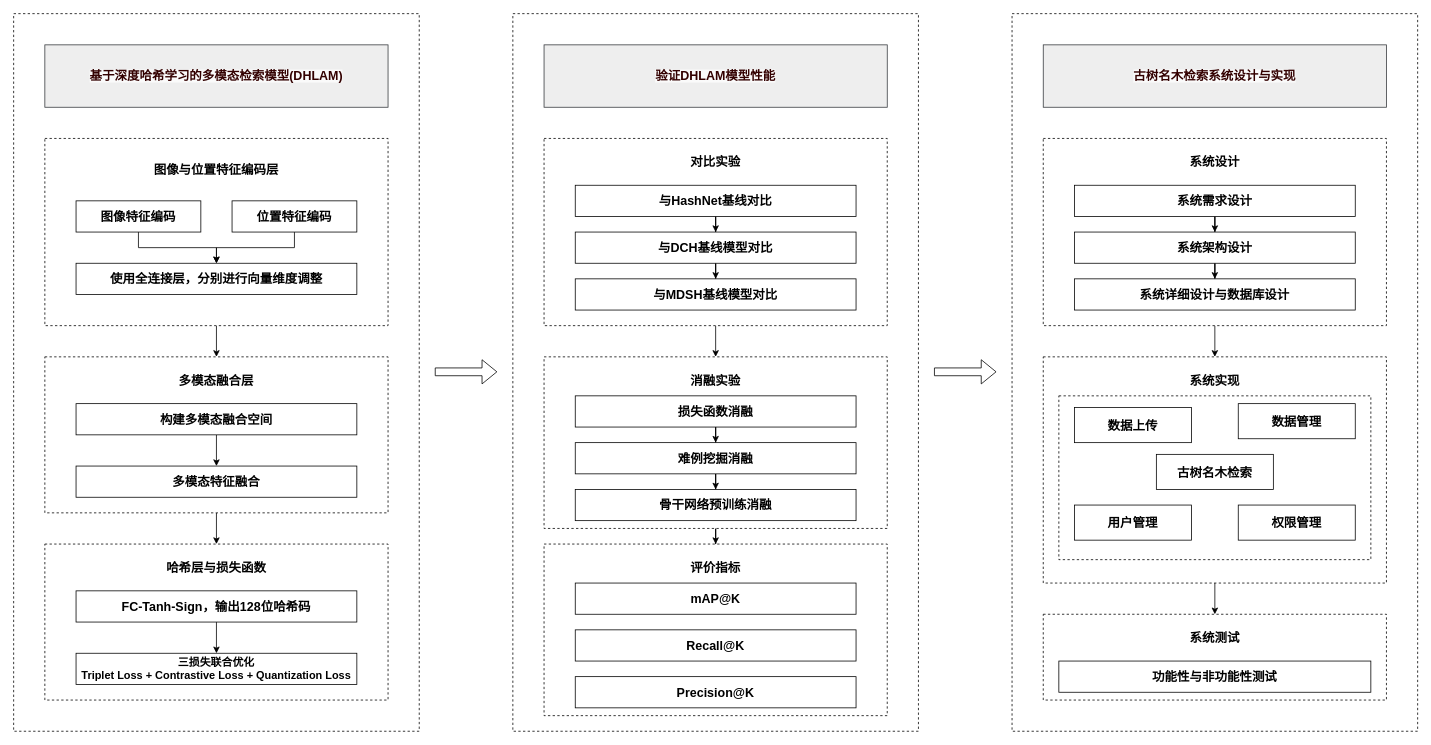
Above: page "1.1 技术路线图" (1 of 2) of word/第1章/第一章.drawio in ssl1995/imooc-wiki (draw.io), before the change. Source tidied: cells renumbered, new cells numbered last; positions are measured from the earlier drawing's top-left corner, leaving out a move shared by most shapes. Both pictures are drawn from the tidied source at 78%, with x=0, y=0 at pixel (13, 13).
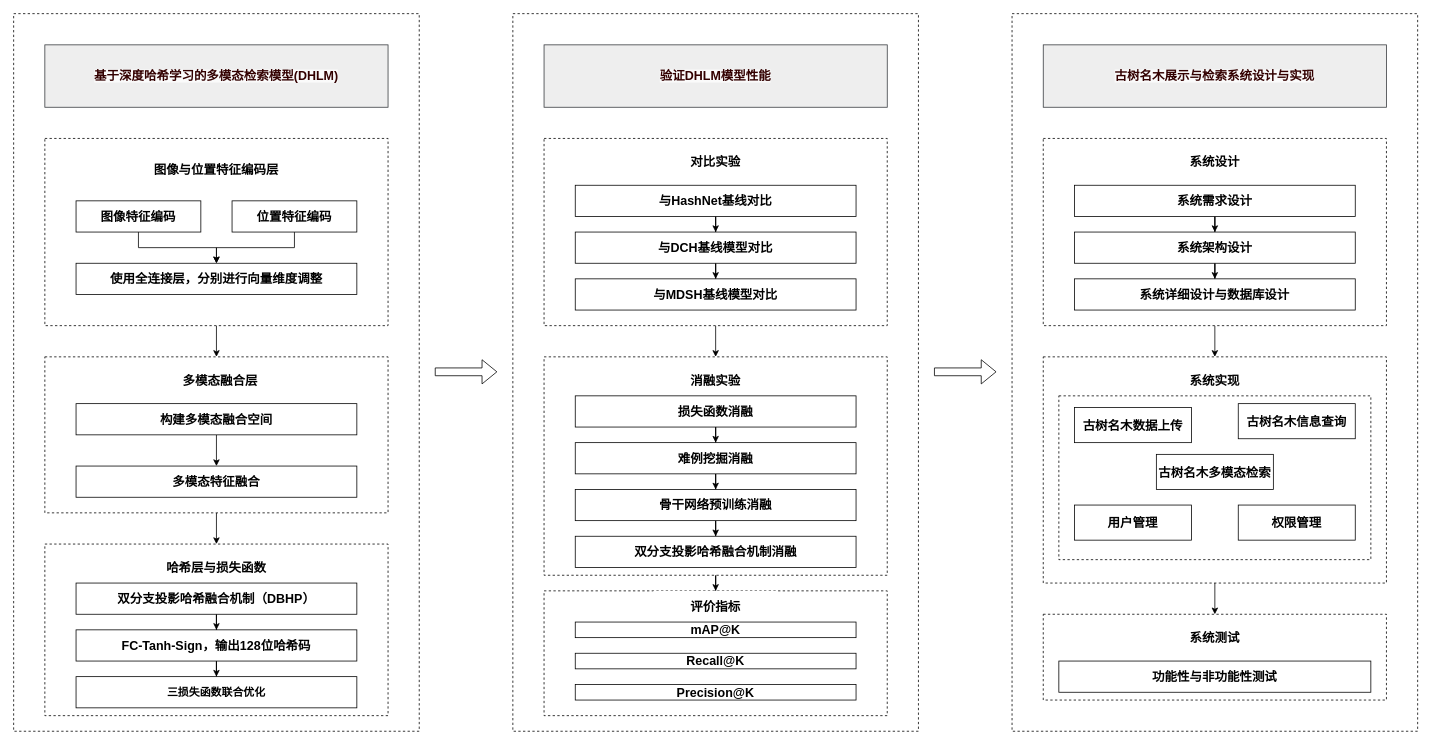
Above is the later version.

The change refers to these unchanged cells:
```xml
<mxCell id="42" value="骨干网络预训练消融" style="rounded=0;whiteSpace=wrap;html=1;fontSize=16;fontStyle=1;" parent="1" vertex="1">
  <mxGeometry x="720" y="610" width="360" height="40" as="geometry" />
</mxCell>
```

What changed in the source:
```diff
@@
     <mxCell id="3" style="rounded=0;whiteSpace=wrap;html=1;dashed=1;fontSize=16;fontStyle=1;" parent="1" vertex="1">
-      <mxGeometry x="40" y="680" width="440" height="200" as="geometry" />
+      <mxGeometry x="40" y="680" width="440" height="220" as="geometry" />
     </mxCell>
@@
-    <mxCell id="8" value="&lt;div style=&quot;text-align: left;&quot;&gt;&lt;font face=&quot;微软雅黑&quot; style=&quot;color: rgb(51, 0, 0);&quot;&gt;&lt;span style=&quot;caret-color: rgb(231, 79, 76); background-color: rgb(250, 250, 250);&quot;&gt;&lt;span&gt;基于深度哈希学习的多模态检索模型(DHLAM)&lt;/span&gt;&lt;/span&gt;&lt;/font&gt;&lt;/div&gt;" style="rounded=0;whiteSpace=wrap;html=1;fontStyle=1;fillColor=#eeeeee;strokeColor=#36393d;fontSize=16;" parent="1" vertex="1">
+    <mxCell id="8" value="&lt;div style=&quot;text-align: left;&quot;&gt;&lt;font face=&quot;微软雅黑&quot; style=&quot;color: rgb(51, 0, 0);&quot;&gt;&lt;span style=&quot;caret-color: rgb(231, 79, 76); background-color: rgb(250, 250, 250);&quot;&gt;&lt;span&gt;基于深度哈希学习的多模态检索模型(DHLM)&lt;/span&gt;&lt;/span&gt;&lt;/font&gt;&lt;/div&gt;" style="rounded=0;whiteSpace=wrap;html=1;fontStyle=1;fillColor=#eeeeee;strokeColor=#36393d;fontSize=16;" parent="1" vertex="1">
       <mxGeometry x="40" y="40" width="440" height="80" as="geometry" />
     </mxCell>
@@
     <mxCell id="15" value="多模态融合层" style="rounded=0;whiteSpace=wrap;html=1;fillColor=default;strokeColor=none;fontSize=16;fontStyle=1;" parent="1" vertex="1">
-      <mxGeometry x="180" y="450" width="160" height="40" as="geometry" />
+      <mxGeometry x="180" y="450" width="170" height="40" as="geometry" />
     </mxCell>
@@
     <mxCell id="21" value="FC-Tanh-Sign，输出128位哈希码" style="rounded=0;whiteSpace=wrap;html=1;fontSize=16;fontStyle=1;" parent="1" vertex="1">
-      <mxGeometry x="80" y="740" width="360" height="40" as="geometry" />
+      <mxGeometry x="80" y="790" width="360" height="40" as="geometry" />
     </mxCell>
-    <mxCell id="22" value="三损失联合优化&lt;div&gt;Triplet Loss + Contrastive Loss + Quantization Loss&lt;/div&gt;" style="rounded=0;whiteSpace=wrap;html=1;fontSize=14;fontStyle=1;" parent="1" vertex="1">
-      <mxGeometry x="80" y="820" width="360" height="40" as="geometry" />
+    <mxCell id="22" value="三损失函数联合优化" style="rounded=0;whiteSpace=wrap;html=1;fontSize=14;fontStyle=1;" parent="1" vertex="1">
+      <mxGeometry x="80" y="850" width="360" height="40" as="geometry" />
     </mxCell>
@@
     <mxCell id="24" style="rounded=0;whiteSpace=wrap;html=1;dashed=1;fontSize=16;fontStyle=1;" parent="1" vertex="1">
-      <mxGeometry x="680" y="680" width="440" height="220" as="geometry" />
+      <mxGeometry x="680" y="740" width="440" height="160" as="geometry" />
     </mxCell>
@@
     <mxCell id="26" style="rounded=0;whiteSpace=wrap;html=1;dashed=1;fontSize=16;fontStyle=1;" parent="1" vertex="1">
-      <mxGeometry x="680" y="440" width="440" height="220" as="geometry" />
+      <mxGeometry x="680" y="440" width="440" height="280" as="geometry" />
     </mxCell>
@@
-    <mxCell id="29" value="&lt;div style=&quot;text-align: left;&quot;&gt;&lt;font color=&quot;#330000&quot; face=&quot;微软雅黑&quot;&gt;&lt;span style=&quot;caret-color: rgb(231, 79, 76); background-color: rgb(250, 250, 250);&quot;&gt;验证DHLAM模型性能&lt;/span&gt;&lt;/font&gt;&lt;/div&gt;" style="rounded=0;whiteSpace=wrap;html=1;fontStyle=1;fillColor=#eeeeee;strokeColor=#36393d;fontSize=16;" parent="1" vertex="1">
+    <mxCell id="29" value="&lt;div style=&quot;text-align: left;&quot;&gt;&lt;font color=&quot;#330000&quot; face=&quot;微软雅黑&quot;&gt;&lt;span style=&quot;caret-color: rgb(231, 79, 76); background-color: rgb(250, 250, 250);&quot;&gt;验证DHLM模型性能&lt;/span&gt;&lt;/font&gt;&lt;/div&gt;" style="rounded=0;whiteSpace=wrap;html=1;fontStyle=1;fillColor=#eeeeee;strokeColor=#36393d;fontSize=16;" parent="1" vertex="1">
       <mxGeometry x="680" y="40" width="440" height="80" as="geometry" />
     </mxCell>
@@
     <mxCell id="34" value="评价指标" style="rounded=0;whiteSpace=wrap;html=1;fillColor=default;strokeColor=none;fontSize=16;fontStyle=1;" parent="1" vertex="1">
-      <mxGeometry x="820" y="690" width="160" height="40" as="geometry" />
+      <mxGeometry x="820" y="740" width="160" height="40" as="geometry" />
     </mxCell>
@@
+    <mxCell id="70" style="edgeStyle=orthogonalEdgeStyle;rounded=0;jettySize=auto;html=1;entryX=0.5;entryY=0;entryDx=0;entryDy=0;" parent="1" edge="1" source="42" target="73">
+      <mxGeometry relative="1" as="geometry" />
+    </mxCell>
@@
     <mxCell id="43" value="mAP@K" style="rounded=0;whiteSpace=wrap;html=1;fontSize=16;fontStyle=1;" parent="1" vertex="1">
-      <mxGeometry x="720" y="730" width="360" height="40" as="geometry" />
+      <mxGeometry x="720" y="780" width="360" height="20" as="geometry" />
     </mxCell>
     <mxCell id="44" value="Recall@K" style="rounded=0;whiteSpace=wrap;html=1;fontSize=16;fontStyle=1;" parent="1" vertex="1">
-      <mxGeometry x="720" y="790" width="360" height="40" as="geometry" />
+      <mxGeometry x="720" y="820" width="360" height="20" as="geometry" />
     </mxCell>
     <mxCell id="45" value="Precision@K" style="rounded=0;whiteSpace=wrap;html=1;fontSize=16;fontStyle=1;" parent="1" vertex="1">
-      <mxGeometry x="720" y="850" width="360" height="40" as="geometry" />
+      <mxGeometry x="720" y="860" width="360" height="20" as="geometry" />
     </mxCell>
@@
-    <mxCell id="51" value="&lt;div style=&quot;text-align: left;&quot;&gt;&lt;font color=&quot;#330000&quot; face=&quot;微软雅黑&quot;&gt;&lt;span style=&quot;caret-color: rgb(231, 79, 76); background-color: rgb(250, 250, 250);&quot;&gt;古树名木检索系统设计与实现&lt;/span&gt;&lt;/font&gt;&lt;/div&gt;" style="rounded=0;whiteSpace=wrap;html=1;fontStyle=1;fillColor=#eeeeee;strokeColor=#36393d;fontSize=16;" parent="1" vertex="1">
+    <mxCell id="51" value="&lt;div style=&quot;text-align: left;&quot;&gt;&lt;font color=&quot;#330000&quot; face=&quot;微软雅黑&quot;&gt;&lt;span style=&quot;caret-color: rgb(231, 79, 76); background-color: rgb(250, 250, 250);&quot;&gt;古树名木展示与检索系统设计与实现&lt;/span&gt;&lt;/font&gt;&lt;/div&gt;" style="rounded=0;whiteSpace=wrap;html=1;fontStyle=1;fillColor=#eeeeee;strokeColor=#36393d;fontSize=16;" parent="1" vertex="1">
       <mxGeometry x="1320" y="40" width="440" height="80" as="geometry" />
     </mxCell>
@@
-    <mxCell id="61" value="数据上传" style="rounded=0;whiteSpace=wrap;html=1;fontSize=16;fontStyle=1;" parent="1" vertex="1">
+    <mxCell id="61" value="古树名木数据上传" style="rounded=0;whiteSpace=wrap;html=1;fontSize=16;fontStyle=1;" parent="1" vertex="1">
       <mxGeometry x="1360" y="505" width="150" height="45" as="geometry" />
     </mxCell>
-    <mxCell id="62" value="数据管理" style="rounded=0;whiteSpace=wrap;html=1;fontSize=16;fontStyle=1;" parent="1" vertex="1">
+    <mxCell id="62" value="古树名木信息查询" style="rounded=0;whiteSpace=wrap;html=1;fontSize=16;fontStyle=1;" parent="1" vertex="1">
       <mxGeometry x="1570" y="500" width="150" height="45" as="geometry" />
     </mxCell>
-    <mxCell id="63" value="古树名木检索" style="rounded=0;whiteSpace=wrap;html=1;fontSize=16;fontStyle=1;" parent="1" vertex="1">
+    <mxCell id="63" value="古树名木多模态检索" style="rounded=0;whiteSpace=wrap;html=1;fontSize=16;fontStyle=1;" parent="1" vertex="1">
       <mxGeometry x="1465" y="565" width="150" height="45" as="geometry" />
     </mxCell>
@@
+    <mxCell id="71" style="edgeStyle=orthogonalEdgeStyle;rounded=0;jettySize=auto;html=1;entryX=0.5;entryY=0;entryDx=0;entryDy=0;" parent="1" edge="1" source="72" target="21">
+      <mxGeometry relative="1" as="geometry" />
+    </mxCell>
+    <mxCell id="72" value="双分支投影哈希融合机制（DBHP）" style="rounded=0;whiteSpace=wrap;html=1;fontSize=16;fontStyle=1;" parent="1" vertex="1">
+      <mxGeometry x="80" y="730" width="360" height="40" as="geometry" />
+    </mxCell>
+    <mxCell id="73" value="双分支投影哈希融合机制消融" style="rounded=0;whiteSpace=wrap;html=1;fontSize=16;fontStyle=1;" parent="1" vertex="1">
+      <mxGeometry x="720" y="670" width="360" height="40" as="geometry" />
+    </mxCell>
```
